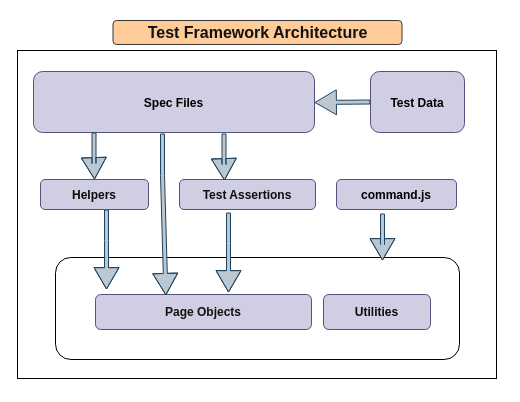
The draw.io diagram TestFramework.dio in vaibhavjagdale/QA-Assignment, before the edit. Source tidied: cells renumbered, new cells numbered last; positions are measured from the earlier drawing's top-left corner, leaving out a move shared by most shapes. Both pictures are drawn from the tidied source at 100%, with x=0, y=0 at pixel (17, 20).
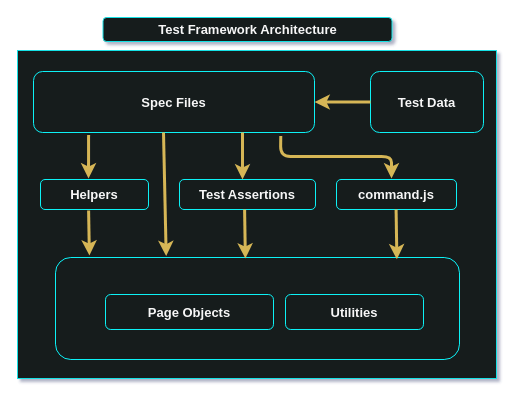
The same diagram, later.

The edit, as a diff of the source:
```diff
@@
-<mxGraphModel>
+<mxGraphModel shadow="1">
@@
-    <mxCell id="2" style="rounded=0;whiteSpace=wrap;html=1;" parent="1" vertex="1">
+    <mxCell id="2" style="rounded=0;whiteSpace=wrap;html=1;fillColor=#151d1e;strokeColor=#15e1e5;" parent="1" vertex="1">
       <mxGeometry y="30" width="479" height="328" as="geometry" />
     </mxCell>
-    <mxCell id="3" value="&lt;font style=&quot;font-size: 12px&quot;&gt;Spec Files&lt;/font&gt;" style="rounded=1;whiteSpace=wrap;html=1;fontSize=14;fillColor=#d0cee2;strokeColor=#56517e;fontStyle=1;fontColor=#000000;" parent="1" vertex="1">
+    <mxCell id="3" value="&lt;font style=&quot;font-size: 13px;&quot;&gt;Spec Files&lt;/font&gt;" style="rounded=1;whiteSpace=wrap;html=1;fontSize=13;fillColor=none;strokeColor=#0ff1f5;fontStyle=1;fontColor=#f8f7f7;" parent="1" vertex="1">
       <mxGeometry x="16" y="51" width="281" height="61" as="geometry" />
     </mxCell>
-    <mxCell id="4" style="rounded=1;whiteSpace=wrap;html=1;fontSize=12;" parent="1" vertex="1">
+    <mxCell id="4" style="rounded=1;whiteSpace=wrap;html=1;fontSize=12;fillColor=none;strokeColor=#0ff1f5;" parent="1" vertex="1">
       <mxGeometry x="38" y="237" width="404" height="102" as="geometry" />
     </mxCell>
-    <mxCell id="5" value="Page Objects" style="rounded=1;whiteSpace=wrap;html=1;fontSize=12;fillColor=#d0cee2;strokeColor=#56517e;fontStyle=1;fontColor=#121212;" parent="1" vertex="1">
-      <mxGeometry x="78" y="274" width="216" height="35" as="geometry" />
+    <mxCell id="5" value="Page Objects" style="rounded=1;whiteSpace=wrap;html=1;fontSize=13;fillColor=none;strokeColor=#0ff1f5;fontStyle=1;fontColor=#f8f7f7;" parent="1" vertex="1">
+      <mxGeometry x="88" y="274" width="168" height="35" as="geometry" />
     </mxCell>
-    <mxCell id="6" style="shape=flexArrow;endArrow=classic;html=1;fontSize=12;strokeColor=#23445d;fillColor=#bac8d3;exitX=0.175;exitY=1;exitDx=0;exitDy=0;exitPerimeter=0;width=4;endSize=6.8;" parent="1" edge="1">
-      <mxGeometry relative="1" as="geometry">
-        <mxPoint x="89" y="189" as="sourcePoint" />
-        <mxPoint x="89" y="269" as="targetPoint" />
-        <Array as="points">
-          <mxPoint x="89" y="220" />
-        </Array>
-      </mxGeometry>
-    </mxCell>
-    <mxCell id="7" value="&lt;span style=&quot;font-size: 12px;&quot;&gt;Helpers&lt;/span&gt;" style="rounded=1;whiteSpace=wrap;html=1;fontSize=14;strokeColor=#56517e;fillColor=#d0cee2;fontStyle=1;fontColor=#0d0c0c;" parent="1" vertex="1">
+    <mxCell id="7" value="&lt;span style=&quot;font-size: 13px;&quot;&gt;Helpers&lt;/span&gt;" style="rounded=1;whiteSpace=wrap;html=1;fontSize=13;strokeColor=#0ff1f5;fillColor=none;fontStyle=1;fontColor=#f8f7f7;" parent="1" vertex="1">
       <mxGeometry x="23" y="159" width="108" height="30" as="geometry" />
     </mxCell>
-    <mxCell id="8" style="shape=flexArrow;endArrow=classic;html=1;fontSize=12;strokeColor=#23445d;fillColor=#bac8d3;entryX=0.5;entryY=0;entryDx=0;entryDy=0;exitX=0.175;exitY=1;exitDx=0;exitDy=0;exitPerimeter=0;width=4;endSize=6.8;" parent="1" edge="1">
-      <mxGeometry relative="1" as="geometry">
-        <mxPoint x="211" y="192" as="sourcePoint" />
-        <mxPoint x="211" y="272" as="targetPoint" />
-        <Array as="points">
-          <mxPoint x="211" y="223" />
-        </Array>
-      </mxGeometry>
-    </mxCell>
-    <mxCell id="9" value="&lt;span style=&quot;font-size: 12px;&quot;&gt;Test Assertions&lt;/span&gt;" style="rounded=1;whiteSpace=wrap;html=1;fontSize=14;fillColor=#d0cee2;strokeColor=#56517e;fontStyle=1;fontColor=#0f0f0f;" parent="1" vertex="1">
+    <mxCell id="9" value="&lt;span style=&quot;font-size: 13px;&quot;&gt;Test Assertions&lt;/span&gt;" style="rounded=1;whiteSpace=wrap;html=1;fontSize=13;fillColor=none;strokeColor=#0ff1f5;fontStyle=1;fontColor=#f8f7f7;" parent="1" vertex="1">
       <mxGeometry x="162" y="159" width="136" height="30" as="geometry" />
     </mxCell>
-    <mxCell id="10" value="&lt;span style=&quot;font-size: 12px;&quot;&gt;Test Data&lt;/span&gt;" style="rounded=1;whiteSpace=wrap;html=1;fontSize=14;fillColor=#d0cee2;strokeColor=#56517e;fontStyle=1;fontColor=#000000;" parent="1" vertex="1">
-      <mxGeometry x="353" y="51" width="94" height="61" as="geometry" />
+    <mxCell id="10" value="&lt;span style=&quot;font-size: 13px;&quot;&gt;Test Data&lt;/span&gt;" style="rounded=1;whiteSpace=wrap;html=1;fontSize=13;fillColor=none;strokeColor=#0ff1f5;fontStyle=1;fontColor=#f8f7f7;" parent="1" vertex="1">
+      <mxGeometry x="353" y="51" width="113" height="61" as="geometry" />
     </mxCell>
-    <mxCell id="11" style="shape=flexArrow;endArrow=classic;html=1;fontSize=12;strokeColor=#23445d;fillColor=#bac8d3;exitX=0;exitY=0.5;exitDx=0;exitDy=0;width=4;endSize=6.8;" parent="1" edge="1" source="10">
-      <mxGeometry relative="1" as="geometry">
-        <mxPoint x="297" y="82" as="targetPoint" />
-      </mxGeometry>
-    </mxCell>
-    <mxCell id="12" style="shape=flexArrow;endArrow=classic;html=1;fontSize=12;strokeColor=#23445d;fillColor=#bac8d3;width=4;endSize=6.8;entryX=0.326;entryY=0.023;entryDx=0;entryDy=0;entryPerimeter=0;" parent="1" edge="1" target="5">
-      <mxGeometry relative="1" as="geometry">
-        <mxPoint x="145" y="113" as="sourcePoint" />
-        <Array as="points">
-          <mxPoint x="145" y="155" />
-        </Array>
-      </mxGeometry>
-    </mxCell>
-    <mxCell id="13" style="shape=flexArrow;endArrow=classic;html=1;fontSize=12;strokeColor=#23445d;fillColor=#bac8d3;exitX=0.175;exitY=1;exitDx=0;exitDy=0;exitPerimeter=0;width=4;endSize=6.8;" parent="1" edge="1">
-      <mxGeometry relative="1" as="geometry">
-        <mxPoint x="76.5" y="112" as="sourcePoint" />
-        <mxPoint x="77" y="159" as="targetPoint" />
-        <Array as="points">
-          <mxPoint x="76.5" y="143" />
-        </Array>
-      </mxGeometry>
-    </mxCell>
-    <mxCell id="14" style="shape=flexArrow;endArrow=classic;html=1;fontSize=12;strokeColor=#23445d;fillColor=#bac8d3;exitX=0.175;exitY=1;exitDx=0;exitDy=0;exitPerimeter=0;width=4;endSize=6.8;" parent="1" edge="1">
-      <mxGeometry relative="1" as="geometry">
-        <mxPoint x="206.5" y="113" as="sourcePoint" />
-        <mxPoint x="207" y="160" as="targetPoint" />
-        <Array as="points">
-          <mxPoint x="206.5" y="144" />
-        </Array>
-      </mxGeometry>
-    </mxCell>
-    <mxCell id="15" value="Utilities" style="rounded=1;whiteSpace=wrap;html=1;fontSize=12;fillColor=#d0cee2;strokeColor=#56517e;fontStyle=1;fontColor=#0d0c0c;" parent="1" vertex="1">
-      <mxGeometry x="306" y="274" width="107" height="35" as="geometry" />
+    <mxCell id="15" value="Utilities" style="rounded=1;whiteSpace=wrap;html=1;fontSize=13;fillColor=none;strokeColor=#0ff1f5;fontStyle=1;fontColor=#f8f7f7;" parent="1" vertex="1">
+      <mxGeometry x="268" y="274" width="138" height="35" as="geometry" />
     </mxCell>
-    <mxCell id="16" value="&lt;span style=&quot;font-size: 12px;&quot;&gt;command.js&lt;/span&gt;" style="rounded=1;whiteSpace=wrap;html=1;fontSize=14;fillColor=#d0cee2;strokeColor=#56517e;fontStyle=1;fontColor=#000000;" parent="1" vertex="1">
+    <mxCell id="16" value="&lt;span style=&quot;font-size: 13px;&quot;&gt;command.js&lt;/span&gt;" style="rounded=1;whiteSpace=wrap;html=1;fontSize=13;fillColor=none;strokeColor=#0ff1f5;fontStyle=1;fontColor=#f8f7f7;" parent="1" vertex="1">
       <mxGeometry x="319" y="159" width="120" height="30" as="geometry" />
     </mxCell>
-    <mxCell id="17" style="shape=flexArrow;endArrow=classic;html=1;fontSize=12;strokeColor=#23445d;fillColor=#bac8d3;exitX=0.175;exitY=1;exitDx=0;exitDy=0;exitPerimeter=0;width=4;endSize=6.8;" parent="1" edge="1">
-      <mxGeometry relative="1" as="geometry">
-        <mxPoint x="365" y="193" as="sourcePoint" />
-        <mxPoint x="365" y="240" as="targetPoint" />
-        <Array as="points">
-          <mxPoint x="365" y="224" />
-        </Array>
-      </mxGeometry>
-    </mxCell>
-    <mxCell id="18" value="&lt;span style=&quot;font-size: 16px;&quot;&gt;Test Framework Architecture&lt;/span&gt;" style="rounded=1;whiteSpace=wrap;html=1;fontSize=16;fillColor=#ffcc99;strokeColor=#36393d;fontStyle=1;fontFamily=Helvetica;fontColor=#121111;" parent="1" vertex="1">
-      <mxGeometry x="95.5" width="289" height="24" as="geometry" />
+    <mxCell id="18" value="&lt;span style=&quot;font-size: 13px;&quot;&gt;Test Framework Architecture&lt;/span&gt;" style="rounded=1;whiteSpace=wrap;html=1;fontSize=13;fillColor=#151d1e;strokeColor=#15e1e5;fontStyle=1;fontFamily=Helvetica;fontColor=#f8f7f7;fillStyle=solid;" parent="1" vertex="1">
+      <mxGeometry x="85.5" y="-3" width="289" height="24" as="geometry" />
     </mxCell>
+    <mxCell id="19" style="endArrow=classic;html=1;fontSize=13;fontColor=#f8f7f7;exitX=0.196;exitY=1.007;exitDx=0;exitDy=0;exitPerimeter=0;rounded=1;strokeWidth=3;fillColor=#fff2cc;strokeColor=#d6b656;gradientColor=#ffd966;" parent="1" edge="1">
+      <mxGeometry relative="1" as="geometry">
+        <mxPoint x="71.1" y="114.4" as="sourcePoint" />
+        <mxPoint x="71" y="158" as="targetPoint" />
+      </mxGeometry>
+    </mxCell>
+    <mxCell id="20" style="endArrow=classic;html=1;fontSize=13;fontColor=#f8f7f7;rounded=1;strokeWidth=3;fillColor=#fff2cc;strokeColor=#d6b656;gradientColor=#ffd966;" parent="1" edge="1">
+      <mxGeometry relative="1" as="geometry">
+        <mxPoint x="225" y="112" as="sourcePoint" />
+        <mxPoint x="225" y="159" as="targetPoint" />
+      </mxGeometry>
+    </mxCell>
+    <mxCell id="21" style="endArrow=classic;html=1;fontSize=13;fontColor=#f8f7f7;rounded=1;strokeWidth=3;fillColor=#fff2cc;strokeColor=#d6b656;gradientColor=#ffd966;entryX=0.274;entryY=-0.014;entryDx=0;entryDy=0;entryPerimeter=0;" parent="1" edge="1" target="4">
+      <mxGeometry relative="1" as="geometry">
+        <mxPoint x="146" y="112" as="sourcePoint" />
+      </mxGeometry>
+    </mxCell>
+    <mxCell id="22" style="endArrow=classic;html=1;fontSize=13;fontColor=#f8f7f7;rounded=1;strokeWidth=3;fillColor=#fff2cc;strokeColor=#d6b656;gradientColor=#ffd966;exitX=0;exitY=0.5;exitDx=0;exitDy=0;entryX=1;entryY=0.5;entryDx=0;entryDy=0;" parent="1" edge="1" source="10" target="3">
+      <mxGeometry relative="1" as="geometry" />
+    </mxCell>
+    <mxCell id="23" style="endArrow=classic;html=1;fontSize=13;fontColor=#f8f7f7;exitX=0.196;exitY=1.007;exitDx=0;exitDy=0;exitPerimeter=0;rounded=1;strokeWidth=3;fillColor=#fff2cc;strokeColor=#d6b656;gradientColor=#ffd966;entryX=0.47;entryY=0.01;entryDx=0;entryDy=0;entryPerimeter=0;" parent="1" edge="1" target="4">
+      <mxGeometry relative="1" as="geometry">
+        <mxPoint x="227.1" y="189" as="sourcePoint" />
+      </mxGeometry>
+    </mxCell>
+    <mxCell id="24" style="endArrow=classic;html=1;fontSize=13;fontColor=#f8f7f7;exitX=0.196;exitY=1.007;exitDx=0;exitDy=0;exitPerimeter=0;rounded=1;strokeWidth=3;fillColor=#fff2cc;strokeColor=#d6b656;gradientColor=#ffd966;entryX=0.084;entryY=-0.029;entryDx=0;entryDy=0;entryPerimeter=0;" parent="1" edge="1">
+      <mxGeometry relative="1" as="geometry">
+        <mxPoint x="71.1" y="190" as="sourcePoint" />
+        <mxPoint x="71.9" y="235" as="targetPoint" />
+      </mxGeometry>
+    </mxCell>
+    <mxCell id="25" style="endArrow=classic;html=1;fontSize=13;fontColor=#f8f7f7;exitX=0.88;exitY=1.059;exitDx=0;exitDy=0;exitPerimeter=0;rounded=1;strokeWidth=3;fillColor=#fff2cc;strokeColor=#d6b656;gradientColor=#ffd966;" parent="1" edge="1" source="3">
+      <mxGeometry relative="1" as="geometry">
+        <mxPoint x="374" y="158" as="targetPoint" />
+        <Array as="points">
+          <mxPoint x="263" y="136" />
+          <mxPoint x="374" y="136" />
+        </Array>
+      </mxGeometry>
+    </mxCell>
+    <mxCell id="26" style="endArrow=classic;html=1;fontSize=13;fontColor=#f8f7f7;exitX=0.196;exitY=1.007;exitDx=0;exitDy=0;exitPerimeter=0;rounded=1;strokeWidth=3;fillColor=#fff2cc;strokeColor=#d6b656;gradientColor=#ffd966;entryX=0.845;entryY=0.018;entryDx=0;entryDy=0;entryPerimeter=0;" parent="1" edge="1" target="4">
+      <mxGeometry relative="1" as="geometry">
+        <mxPoint x="378.6" y="189" as="sourcePoint" />
+      </mxGeometry>
+    </mxCell>
```
